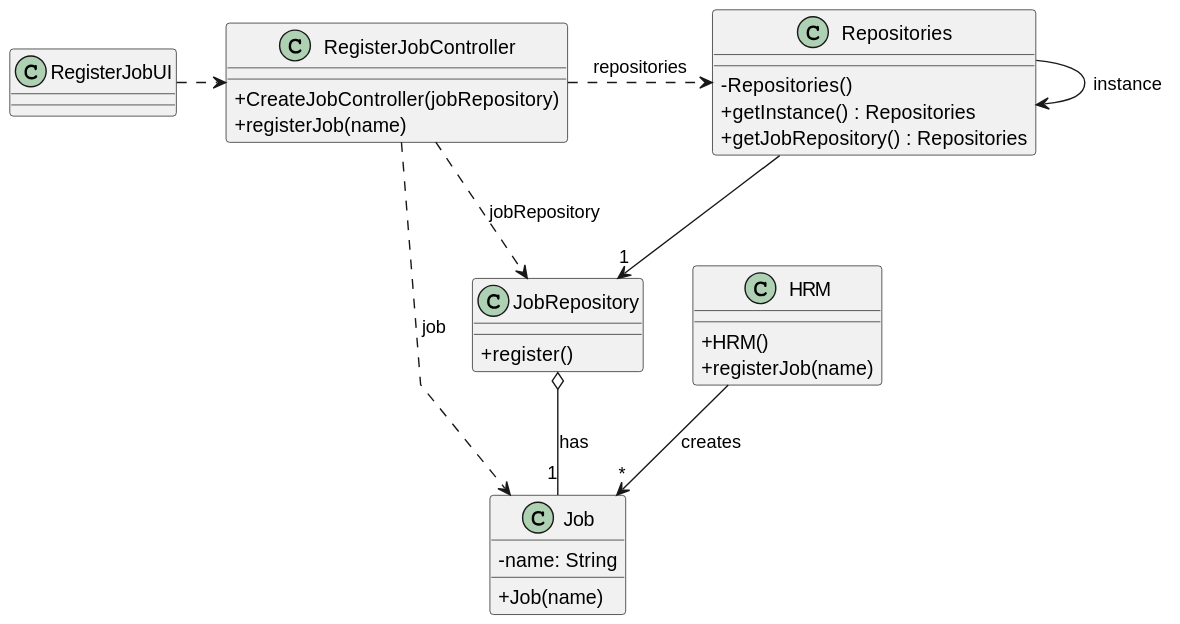
This is docs/sprintB/us002/03.design/svg/us002-class-diagram.svg from diogoveirospro/lei-24-s2-1dg-g072, a PlantUML export, as it was before one commit.
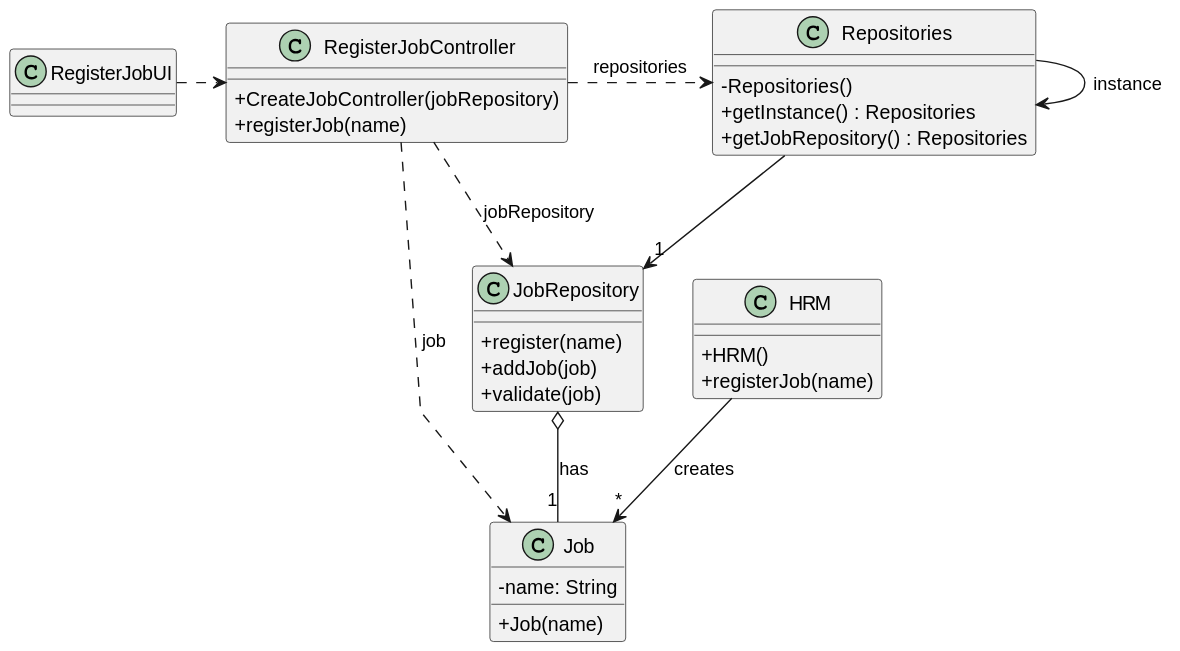
After the change.

Change to the diagram source:
```diff
@@ -34,7 +34,9 @@
 }
 
 class JobRepository {
-    + register()
+    + register(name)
+    + addJob(job)
+    + validate(job)
 }
 
 
```
